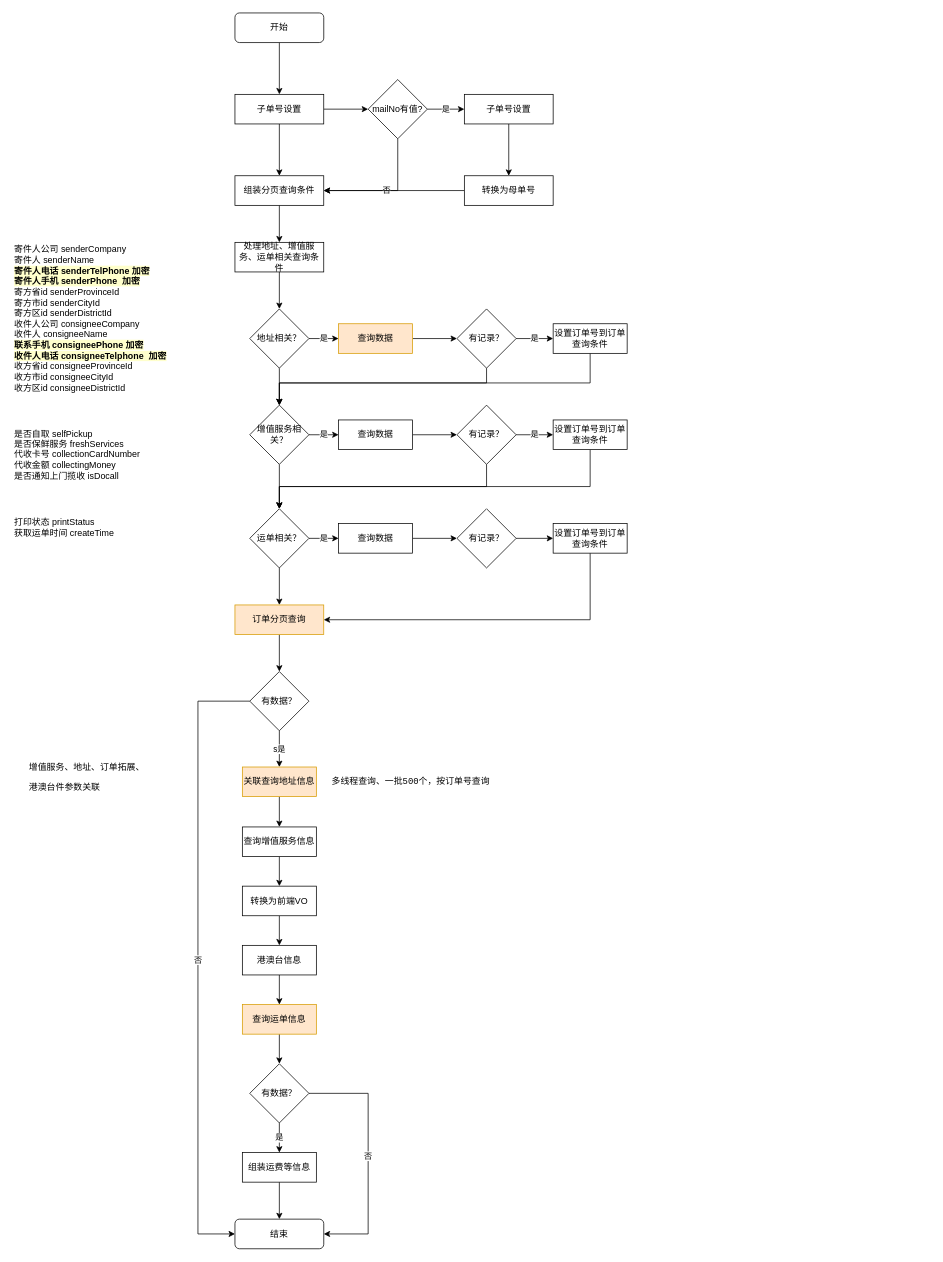
vvhard/draw_io keeps this draw.io diagram as 列表优化.drawio. Above is the earlier version. Source tidied: cells renumbered, new cells numbered last; positions are measured from the earlier drawing's top-left corner, leaving out a move shared by most shapes. Both pictures are drawn from the tidied source at 74%, with x=0, y=0 at pixel (13, 13).
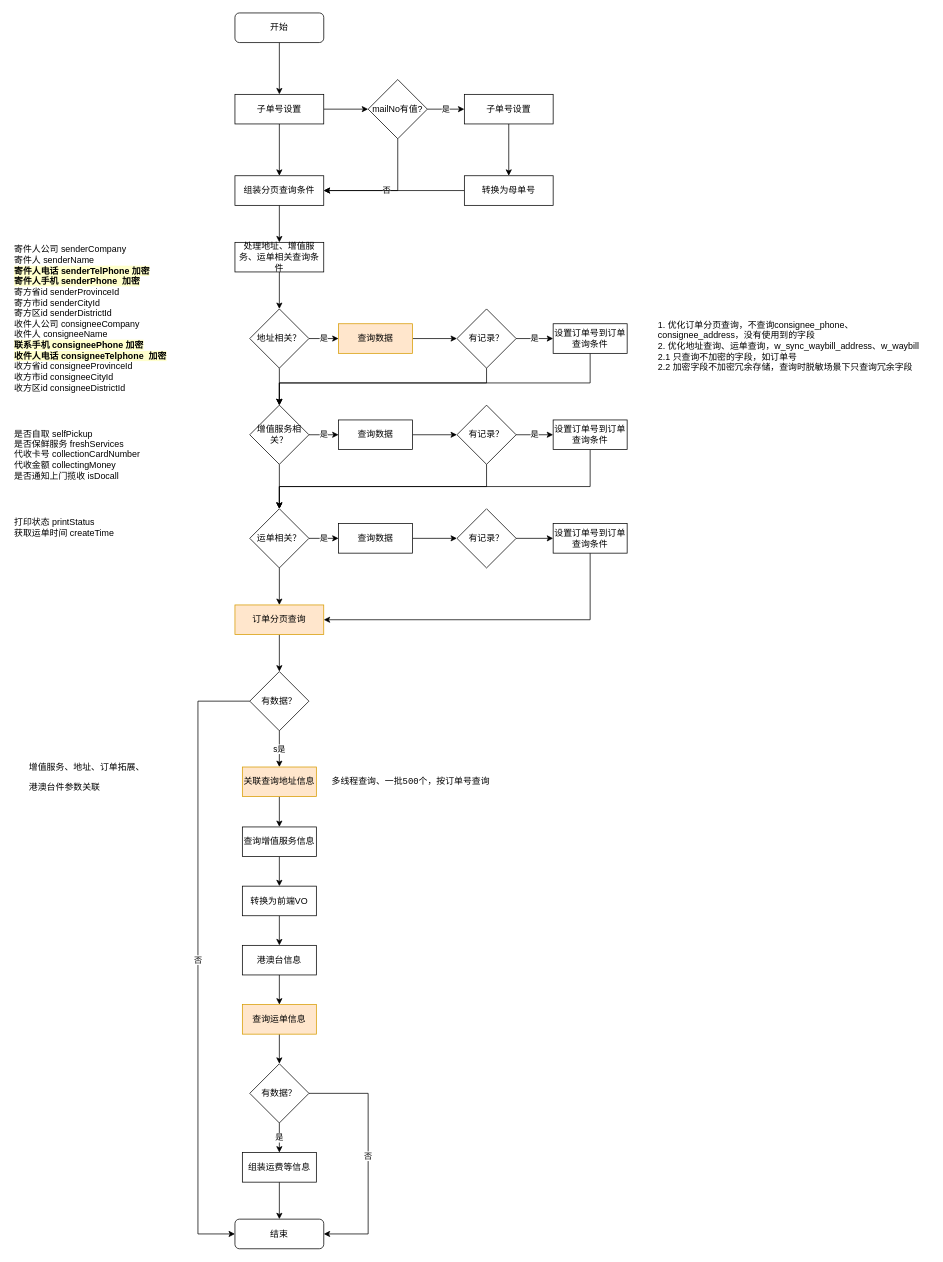
The same diagram, later.

Commit message:
更新列表优化.drawio

The edit, as a diff of the source:
```diff
@@
+    <mxCell id="73" value="&lt;div&gt;1. 优化订单分页查询，不查询consignee_phone、consignee_address，没有使用到的字段&lt;/div&gt;&lt;div&gt;2. 优化地址查询、运单查询，w_sync_waybill_address、w_waybill&lt;/div&gt;&lt;div&gt;2.1 只查询不加密的字段，如订单号&lt;/div&gt;&lt;div&gt;2.2 加密字段不加密冗余存储，查询时脱敏场景下只查询冗余字段&lt;/div&gt;" style="text;html=1;strokeColor=none;fillColor=none;align=left;verticalAlign=middle;whiteSpace=wrap;rounded=0;" parent="1" vertex="1">
+      <mxGeometry x="870" y="400" width="370" height="100" as="geometry" />
+    </mxCell>
```
